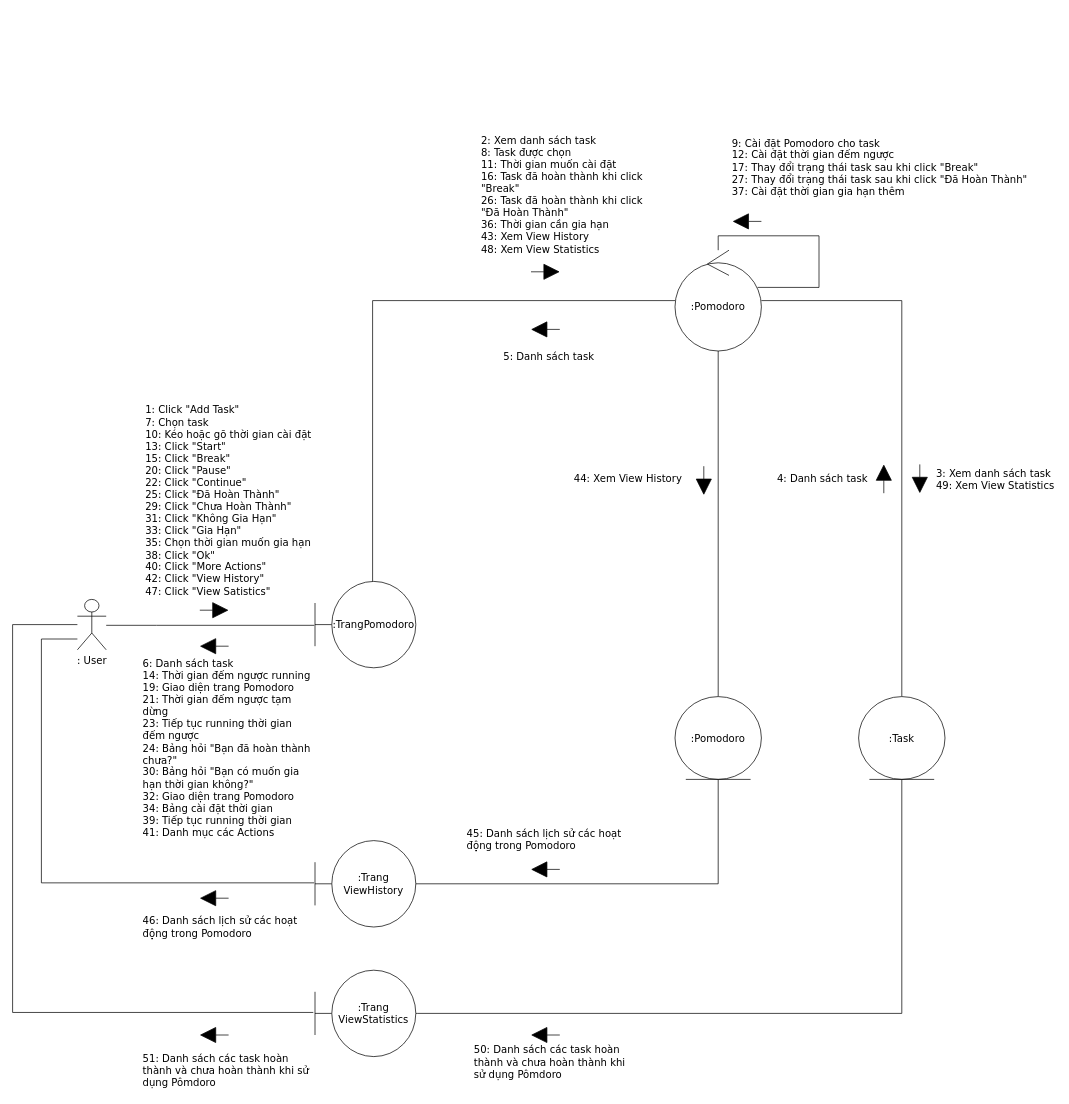
Above: ToDoApp-Doc/Document/Diagram/Collaboration Diagram/Pomodoro/Pomodoro_CollaborationDiagram.drawio in Merevoli-DatLuu/To-Do-App (draw.io), before the change. Source tidied: cells renumbered, new cells numbered last; positions are measured from the earlier drawing's top-left corner, leaving out a move shared by most shapes. Both pictures are drawn from the tidied source at 72%, with x=0, y=0 at pixel (12, 99).
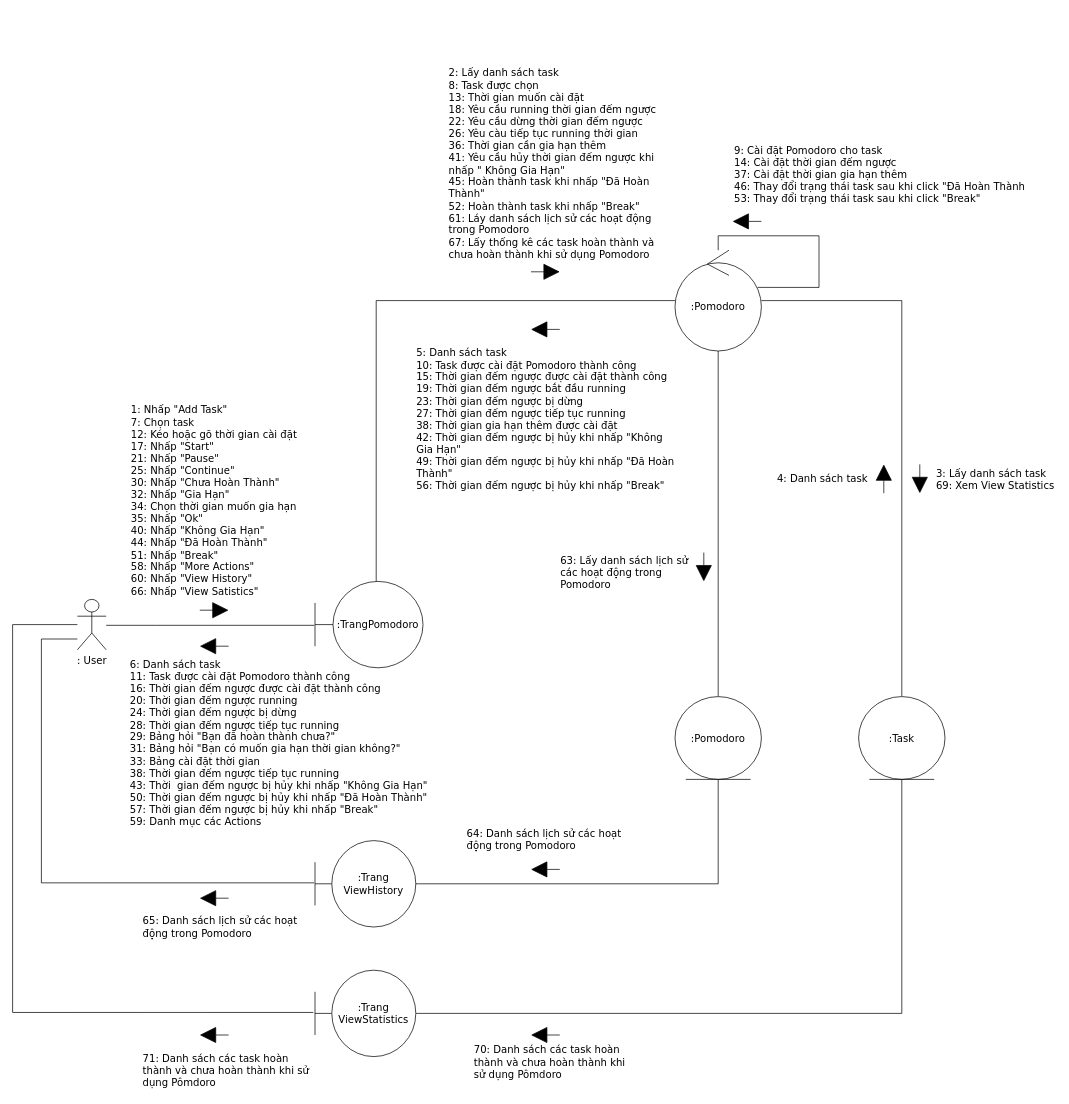
Above is the later version.

Unchanged cells that the change refers to:
```xml
<mxCell id="11" value=":Pomodoro" style="ellipse;shape=umlControl;whiteSpace=wrap;html=1;fontSize=14;fontFamily=Verdana;" parent="1" vertex="1">
  <mxGeometry x="920" y="210" width="120" height="140" as="geometry" />
</mxCell>
```

Diff of the diagram source:
```diff
@@
-    <mxCell id="2" style="edgeStyle=orthogonalEdgeStyle;rounded=0;jettySize=auto;html=1;endArrow=none;endFill=0;fontSize=14;fontFamily=Verdana;" parent="1" edge="1" source="3" target="11">
+    <mxCell id="2" style="edgeStyle=orthogonalEdgeStyle;rounded=0;jettySize=auto;html=1;endArrow=none;endFill=0;fontSize=14;fontFamily=Verdana;" parent="1" edge="1" target="11">
       <mxGeometry relative="1" as="geometry">
+        <mxPoint x="505" y="670" as="sourcePoint" />
         <Array as="points">
-          <mxPoint x="500" y="280" />
+          <mxPoint x="505" y="280" />
         </Array>
       </mxGeometry>
     </mxCell>
     <mxCell id="3" value="&lt;span style=&quot;font-size: 14px&quot;&gt;:TrangPomodoro&lt;/span&gt;" style="shape=umlBoundary;whiteSpace=wrap;html=1;fontSize=14;fontFamily=Verdana;" parent="1" vertex="1">
-      <mxGeometry x="420" y="670" width="140" height="120" as="geometry" />
+      <mxGeometry x="420" y="670" width="150" height="120" as="geometry" />
     </mxCell>
@@
-    <mxCell id="19" value="&lt;div style=&quot;text-align: left ; font-size: 14px&quot;&gt;&lt;div&gt;1: Click &quot;Add Task&quot;&lt;/div&gt;&lt;div&gt;7: Chọn task&lt;/div&gt;&lt;div&gt;10: Kéo hoặc gõ thời gian cài đặt&lt;/div&gt;&lt;div&gt;13: Click &quot;Start&quot;&lt;/div&gt;&lt;div&gt;15: Click &quot;Break&quot;&lt;/div&gt;&lt;div&gt;20: Click &quot;Pause&quot;&lt;/div&gt;&lt;div&gt;22: Click &quot;Continue&quot;&lt;/div&gt;&lt;div&gt;25: Click &quot;Đã Hoàn Thành&quot;&lt;/div&gt;&lt;div&gt;29: Click &quot;Chưa Hoàn Thành&quot;&lt;/div&gt;&lt;div&gt;31: Click &quot;Không Gia Hạn&quot;&lt;/div&gt;&lt;div&gt;33: Click &quot;Gia Hạn&quot;&lt;/div&gt;&lt;div&gt;35: Chọn thời gian muốn gia hạn&lt;/div&gt;&lt;div&gt;38: Click &quot;Ok&quot;&lt;/div&gt;&lt;div&gt;40: Click &quot;More Actions&quot;&lt;/div&gt;&lt;div&gt;42: Click &quot;View History&quot;&lt;/div&gt;&lt;div&gt;47: Click &quot;View Satistics&quot;&lt;/div&gt;&lt;/div&gt;" style="text;html=1;strokeColor=none;fillColor=none;align=center;verticalAlign=middle;whiteSpace=wrap;rounded=0;fontFamily=Verdana;fontSize=14;" parent="1" vertex="1">
-      <mxGeometry x="180" y="410" width="240" height="295" as="geometry" />
-    </mxCell>
-    <mxCell id="20" value="&lt;div style=&quot;text-align: left ; font-size: 14px&quot;&gt;6: Danh sách task&lt;/div&gt;&lt;div style=&quot;text-align: left ; font-size: 14px&quot;&gt;14: Thời gian đếm ngược running&lt;/div&gt;&lt;div style=&quot;text-align: left ; font-size: 14px&quot;&gt;19: Giao diện trang Pomodoro&lt;/div&gt;&lt;div style=&quot;text-align: left ; font-size: 14px&quot;&gt;21: Thời gian đếm ngược tạm dừng&lt;/div&gt;&lt;div style=&quot;text-align: left ; font-size: 14px&quot;&gt;23: Tiếp tục running thời gian đếm ngược&lt;/div&gt;&lt;div style=&quot;text-align: left ; font-size: 14px&quot;&gt;24: Bảng hỏi &quot;Bạn đã hoàn thành chưa?&quot;&lt;/div&gt;&lt;div style=&quot;text-align: left ; font-size: 14px&quot;&gt;30: Bảng hỏi &quot;Bạn có muốn gia hạn thời gian không?&quot;&lt;/div&gt;&lt;div style=&quot;text-align: left ; font-size: 14px&quot;&gt;32: Giao diện trang Pomodoro&lt;/div&gt;&lt;div style=&quot;text-align: left ; font-size: 14px&quot;&gt;34: Bảng cài đặt thời gian&lt;/div&gt;&lt;div style=&quot;text-align: left ; font-size: 14px&quot;&gt;39: Tiếp tục running thời gian&lt;/div&gt;&lt;div style=&quot;text-align: left ; font-size: 14px&quot;&gt;41: Danh mục các Actions&lt;/div&gt;&lt;div style=&quot;text-align: left ; font-size: 14px&quot;&gt;&lt;br style=&quot;font-size: 14px&quot;&gt;&lt;/div&gt;" style="text;html=1;strokeColor=none;fillColor=none;align=center;verticalAlign=middle;whiteSpace=wrap;rounded=0;fontFamily=Verdana;fontSize=14;" parent="1" vertex="1">
-      <mxGeometry x="180" y="780" width="240" height="260" as="geometry" />
-    </mxCell>
@@
-    <mxCell id="25" value="&lt;div style=&quot;text-align: left ; font-size: 14px&quot;&gt;46: Danh sách lịch sử các hoạt động trong Pomodoro&lt;/div&gt;" style="text;html=1;strokeColor=none;fillColor=none;align=center;verticalAlign=middle;whiteSpace=wrap;rounded=0;fontFamily=Verdana;fontSize=14;" parent="1" vertex="1">
+    <mxCell id="25" value="&lt;div style=&quot;text-align: left ; font-size: 14px&quot;&gt;65: Danh sách lịch sử các hoạt động trong Pomodoro&lt;/div&gt;" style="text;html=1;strokeColor=none;fillColor=none;align=center;verticalAlign=middle;whiteSpace=wrap;rounded=0;fontFamily=Verdana;fontSize=14;" parent="1" vertex="1">
       <mxGeometry x="180" y="1120" width="240" height="60" as="geometry" />
     </mxCell>
-    <mxCell id="26" value="&lt;div style=&quot;text-align: left ; font-size: 14px&quot;&gt;51: Danh sách các task hoàn thành và chưa hoàn thành khi sử dụng Pômdoro&lt;/div&gt;" style="text;html=1;strokeColor=none;fillColor=none;align=center;verticalAlign=middle;whiteSpace=wrap;rounded=0;fontFamily=Verdana;fontSize=14;" parent="1" vertex="1">
+    <mxCell id="26" value="&lt;div style=&quot;text-align: left ; font-size: 14px&quot;&gt;71: Danh sách các task hoàn thành và chưa hoàn thành khi sử dụng Pômdoro&lt;/div&gt;" style="text;html=1;strokeColor=none;fillColor=none;align=center;verticalAlign=middle;whiteSpace=wrap;rounded=0;fontFamily=Verdana;fontSize=14;" parent="1" vertex="1">
       <mxGeometry x="180" y="1320" width="240" height="60" as="geometry" />
     </mxCell>
-    <mxCell id="27" value="&lt;div style=&quot;text-align: left ; font-size: 14px&quot;&gt;9: Cài đặt Pomodoro cho task&lt;/div&gt;&lt;div style=&quot;text-align: left ; font-size: 14px&quot;&gt;12: Cài đặt thời gian đếm ngược&lt;/div&gt;&lt;div style=&quot;text-align: left ; font-size: 14px&quot;&gt;17: Thay đổi trạng thái task sau khi click &quot;Break&quot;&lt;/div&gt;&lt;div style=&quot;text-align: left ; font-size: 14px&quot;&gt;27: Thay đổi trạng thái task sau khi click &quot;Đã Hoàn Thành&quot;&lt;/div&gt;&lt;div style=&quot;text-align: left ; font-size: 14px&quot;&gt;37: Cài đặt thời gian gia hạn thêm&lt;/div&gt;" style="text;html=1;strokeColor=none;fillColor=none;align=center;verticalAlign=middle;whiteSpace=wrap;rounded=0;fontFamily=Verdana;fontSize=14;" parent="1" vertex="1">
-      <mxGeometry x="990" y="40" width="429" height="110" as="geometry" />
-    </mxCell>
@@
-    <mxCell id="29" value="&lt;div style=&quot;text-align: left ; font-size: 14px&quot;&gt;2: Xem danh sách task&lt;/div&gt;&lt;div style=&quot;text-align: left ; font-size: 14px&quot;&gt;8: Task được chọn&lt;/div&gt;&lt;div style=&quot;text-align: left ; font-size: 14px&quot;&gt;11: Thời gian muốn cài đặt&lt;/div&gt;&lt;div style=&quot;text-align: left ; font-size: 14px&quot;&gt;16: Task đã hoàn thành khi click &quot;Break&quot;&lt;/div&gt;&lt;div style=&quot;text-align: left ; font-size: 14px&quot;&gt;26: Task đã hoàn thành khi click &quot;Đã Hoàn Thành&quot;&lt;/div&gt;&lt;div style=&quot;text-align: left ; font-size: 14px&quot;&gt;36: Thời gian cần gia hạn&lt;/div&gt;&lt;div style=&quot;text-align: left ; font-size: 14px&quot;&gt;43: Xem View History&lt;/div&gt;&lt;div style=&quot;text-align: left ; font-size: 14px&quot;&gt;48: Xem View Statistics&lt;/div&gt;" style="text;html=1;strokeColor=none;fillColor=none;align=center;verticalAlign=middle;whiteSpace=wrap;rounded=0;fontFamily=Verdana;fontSize=14;" parent="1" vertex="1">
-      <mxGeometry x="650" width="250" height="265" as="geometry" />
-    </mxCell>
@@
     <mxCell id="32" style="endArrow=block;html=1;fontSize=14;endFill=1;strokeWidth=1;endSize=20;startSize=3;fontFamily=Verdana;" parent="1" edge="1">
       <mxGeometry relative="1" as="geometry">
-        <mxPoint x="960" y="510" as="sourcePoint" />
-        <mxPoint x="960" y="550" as="targetPoint" />
+        <mxPoint x="960" y="630" as="sourcePoint" />
+        <mxPoint x="960" y="670" as="targetPoint" />
       </mxGeometry>
     </mxCell>
@@
-    <mxCell id="34" value="&lt;div style=&quot;text-align: left ; font-size: 14px&quot;&gt;44: Xem View History&lt;/div&gt;" style="text;html=1;strokeColor=none;fillColor=none;align=center;verticalAlign=middle;whiteSpace=wrap;rounded=0;fontFamily=Verdana;fontSize=14;" parent="1" vertex="1">
-      <mxGeometry x="760" y="500" width="190" height="55" as="geometry" />
+    <mxCell id="34" value="&lt;div style=&quot;text-align: left ; font-size: 14px&quot;&gt;63: Lấy danh sách lịch sử các hoạt động trong Pomodoro&lt;/div&gt;" style="text;html=1;strokeColor=none;fillColor=none;align=center;verticalAlign=middle;whiteSpace=wrap;rounded=0;fontFamily=Verdana;fontSize=14;" parent="1" vertex="1">
+      <mxGeometry x="760" y="630" width="190" height="55" as="geometry" />
     </mxCell>
-    <mxCell id="35" value="&lt;div style=&quot;text-align: left ; font-size: 14px&quot;&gt;50: Danh sách các task hoàn thành và chưa hoàn thành khi sử dụng Pômdoro&lt;br&gt;&lt;/div&gt;" style="text;html=1;strokeColor=none;fillColor=none;align=center;verticalAlign=middle;whiteSpace=wrap;rounded=0;fontFamily=Verdana;fontSize=14;" parent="1" vertex="1">
+    <mxCell id="35" value="&lt;div style=&quot;text-align: left ; font-size: 14px&quot;&gt;70: Danh sách các task hoàn thành và chưa hoàn thành khi sử dụng Pômdoro&lt;br&gt;&lt;/div&gt;" style="text;html=1;strokeColor=none;fillColor=none;align=center;verticalAlign=middle;whiteSpace=wrap;rounded=0;fontFamily=Verdana;fontSize=14;" parent="1" vertex="1">
       <mxGeometry x="640" y="1310" width="230" height="55" as="geometry" />
     </mxCell>
-    <mxCell id="36" value="&lt;div style=&quot;text-align: left ; font-size: 14px&quot;&gt;5: Danh sách task&lt;/div&gt;" style="text;html=1;strokeColor=none;fillColor=none;align=center;verticalAlign=middle;whiteSpace=wrap;rounded=0;fontFamily=Verdana;fontSize=14;" parent="1" vertex="1">
-      <mxGeometry x="660" y="330" width="170" height="55" as="geometry" />
-    </mxCell>
-    <mxCell id="37" value="&lt;div style=&quot;text-align: left ; font-size: 14px&quot;&gt;45: Danh sách lịch sử các hoạt động trong Pomodoro&lt;/div&gt;" style="text;html=1;strokeColor=none;fillColor=none;align=center;verticalAlign=middle;whiteSpace=wrap;rounded=0;fontFamily=Verdana;fontSize=14;" parent="1" vertex="1">
+    <mxCell id="37" value="&lt;div style=&quot;text-align: left ; font-size: 14px&quot;&gt;64: Danh sách lịch sử các hoạt động trong Pomodoro&lt;/div&gt;" style="text;html=1;strokeColor=none;fillColor=none;align=center;verticalAlign=middle;whiteSpace=wrap;rounded=0;fontFamily=Verdana;fontSize=14;" parent="1" vertex="1">
       <mxGeometry x="630" y="1000" width="230" height="55" as="geometry" />
     </mxCell>
@@
-    <mxCell id="41" value="&lt;div style=&quot;text-align: left ; font-size: 14px&quot;&gt;3: Xem danh sách task&lt;/div&gt;&lt;div style=&quot;text-align: left ; font-size: 14px&quot;&gt;49: Xem View Statistics&lt;/div&gt;" style="text;html=1;strokeColor=none;fillColor=none;align=center;verticalAlign=middle;whiteSpace=wrap;rounded=0;fontFamily=Verdana;fontSize=14;" parent="1" vertex="1">
+    <mxCell id="41" value="&lt;div style=&quot;text-align: left ; font-size: 14px&quot;&gt;3: Lấy danh sách task&lt;/div&gt;&lt;div style=&quot;text-align: left ; font-size: 14px&quot;&gt;69: Xem View Statistics&lt;/div&gt;" style="text;html=1;strokeColor=none;fillColor=none;align=center;verticalAlign=middle;whiteSpace=wrap;rounded=0;fontFamily=Verdana;fontSize=14;" parent="1" vertex="1">
       <mxGeometry x="1280" y="500" width="170" height="55" as="geometry" />
     </mxCell>
+    <mxCell id="42" value="&lt;div style=&quot;text-align: left ; font-size: 14px&quot;&gt;&lt;div&gt;1: Nhấp &quot;Add Task&quot;&lt;/div&gt;&lt;div&gt;7: Chọn task&lt;/div&gt;&lt;div&gt;12: Kéo hoặc gõ thời gian cài đặt&lt;/div&gt;&lt;div&gt;17: Nhấp&amp;nbsp;&quot;Start&quot;&lt;/div&gt;&lt;div&gt;&lt;span&gt;21: Nhấp&amp;nbsp;&quot;Pause&quot;&lt;/span&gt;&lt;br&gt;&lt;/div&gt;&lt;div&gt;25: Nhấp&amp;nbsp;&quot;Continue&quot;&lt;/div&gt;&lt;div&gt;&lt;span&gt;30: Nhấp&amp;nbsp;&quot;Chưa Hoàn Thành&quot;&lt;/span&gt;&lt;br&gt;&lt;/div&gt;&lt;div&gt;32: Nhấp&amp;nbsp;&quot;Gia Hạn&quot;&lt;/div&gt;&lt;div&gt;&lt;span&gt;34: Chọn thời gian muốn gia hạn&lt;/span&gt;&lt;br&gt;&lt;/div&gt;&lt;div&gt;35: Nhấp&amp;nbsp;&quot;Ok&quot;&lt;br&gt;&lt;/div&gt;&lt;div&gt;40: Nhấp&amp;nbsp;&quot;Không Gia Hạn&quot;&lt;br&gt;&lt;/div&gt;&lt;div&gt;&lt;span&gt;44: Nhấp&amp;nbsp;&quot;Đã Hoàn Thành&quot;&lt;/span&gt;&lt;br&gt;&lt;/div&gt;&lt;div&gt;&lt;span&gt;51: Nhấp &quot;Break&quot;&lt;/span&gt;&lt;/div&gt;&lt;div&gt;58: Nhấp&amp;nbsp;&quot;More Actions&quot;&lt;/div&gt;&lt;div&gt;60: Nhấp&amp;nbsp;&quot;View History&quot;&lt;/div&gt;&lt;div&gt;66: Nhấp&amp;nbsp;&quot;View Satistics&quot;&lt;/div&gt;&lt;/div&gt;" style="text;html=1;strokeColor=none;fillColor=none;align=center;verticalAlign=middle;whiteSpace=wrap;rounded=0;fontFamily=Verdana;fontSize=14;" parent="1" vertex="1">
+      <mxGeometry x="110" y="410" width="340" height="295" as="geometry" />
+    </mxCell>
+    <mxCell id="43" value="&lt;div style=&quot;text-align: left ; font-size: 14px&quot;&gt;6: Danh sách task&lt;/div&gt;&lt;div style=&quot;text-align: left ; font-size: 14px&quot;&gt;11: Task được cài đặt Pomodoro thành công&lt;/div&gt;&lt;div style=&quot;text-align: left ; font-size: 14px&quot;&gt;16: Thời gian đếm ngược được cài đặt thành công&lt;/div&gt;&lt;div style=&quot;text-align: left ; font-size: 14px&quot;&gt;20: Thời gian đếm ngược running&lt;/div&gt;&lt;div style=&quot;text-align: left ; font-size: 14px&quot;&gt;24: Thời gian đếm ngược bị dừng&lt;/div&gt;&lt;div style=&quot;text-align: left ; font-size: 14px&quot;&gt;28: Thời gian đếm ngược tiếp tục running&lt;/div&gt;&lt;div style=&quot;text-align: left ; font-size: 14px&quot;&gt;29: Bảng hỏi &quot;Bạn đã hoàn thành chưa?&quot;&lt;/div&gt;&lt;div style=&quot;text-align: left ; font-size: 14px&quot;&gt;31: Bảng hỏi &quot;Bạn có muốn gia hạn thời gian không?&quot;&lt;/div&gt;&lt;div style=&quot;text-align: left ; font-size: 14px&quot;&gt;33: Bảng cài đặt thời gian&lt;/div&gt;&lt;div style=&quot;text-align: left ; font-size: 14px&quot;&gt;38: Thời gian đếm ngược tiếp tục running&lt;/div&gt;&lt;div style=&quot;text-align: left ; font-size: 14px&quot;&gt;43: Thời&amp;nbsp; gian đếm ngược bị hủy khi nhấp &quot;Không Gia Hạn&quot;&lt;/div&gt;&lt;div style=&quot;text-align: left ; font-size: 14px&quot;&gt;50: Thời gian đếm ngược bị hủy khi nhấp &quot;Đã Hoàn Thành&quot;&lt;/div&gt;&lt;div style=&quot;text-align: left ; font-size: 14px&quot;&gt;57: Thời gian đếm ngược bị hủy khi nhấp &quot;Break&quot;&lt;/div&gt;&lt;div style=&quot;text-align: left ; font-size: 14px&quot;&gt;&lt;span&gt;59: Danh mục các Actions&lt;/span&gt;&lt;br&gt;&lt;/div&gt;&lt;div style=&quot;text-align: left ; font-size: 14px&quot;&gt;&lt;br style=&quot;font-size: 14px&quot;&gt;&lt;/div&gt;" style="text;html=1;strokeColor=none;fillColor=none;align=center;verticalAlign=middle;whiteSpace=wrap;rounded=0;fontFamily=Verdana;fontSize=14;" parent="1" vertex="1">
+      <mxGeometry x="150" y="740" width="440" height="325" as="geometry" />
+    </mxCell>
+    <mxCell id="44" value="&lt;div style=&quot;text-align: left ; font-size: 14px&quot;&gt;9: Cài đặt Pomodoro cho task&lt;/div&gt;&lt;div style=&quot;text-align: left ; font-size: 14px&quot;&gt;&lt;span&gt;14: Cài đặt thời gian đếm ngược&lt;/span&gt;&lt;/div&gt;&lt;div style=&quot;text-align: left ; font-size: 14px&quot;&gt;&lt;span&gt;37: Cài đặt thời gian gia hạn thêm&lt;/span&gt;&lt;br&gt;&lt;/div&gt;&lt;div style=&quot;text-align: left ; font-size: 14px&quot;&gt;&lt;div&gt;&lt;span&gt;46: Thay đổi trạng thái task sau khi click &quot;Đã Hoàn Thành&lt;/span&gt;&lt;br&gt;&lt;/div&gt;&lt;div&gt;53: Thay đổi trạng thái task sau khi click &quot;Break&quot;&lt;span&gt;&lt;br&gt;&lt;/span&gt;&lt;/div&gt;&lt;/div&gt;" style="text;html=1;strokeColor=none;fillColor=none;align=center;verticalAlign=middle;whiteSpace=wrap;rounded=0;fontFamily=Verdana;fontSize=14;" parent="1" vertex="1">
+      <mxGeometry x="990" y="50" width="429" height="110" as="geometry" />
+    </mxCell>
+    <mxCell id="45" value="&lt;div style=&quot;text-align: left ; font-size: 14px&quot;&gt;2: Lấy danh sách task&lt;/div&gt;&lt;div style=&quot;text-align: left ; font-size: 14px&quot;&gt;8: Task được chọn&lt;/div&gt;&lt;div style=&quot;text-align: left ; font-size: 14px&quot;&gt;13: Thời gian muốn cài đặt&lt;/div&gt;&lt;div style=&quot;text-align: left ; font-size: 14px&quot;&gt;18: Yêu cầu running thời gian đếm ngược&lt;/div&gt;&lt;div style=&quot;text-align: left ; font-size: 14px&quot;&gt;22: Yêu cầu dừng thời gian đếm ngược&lt;/div&gt;&lt;div style=&quot;text-align: left ; font-size: 14px&quot;&gt;26: Yêu càu tiếp tục running thời gian&lt;/div&gt;&lt;div style=&quot;text-align: left ; font-size: 14px&quot;&gt;36: Thời gian cần gia hạn thêm&lt;/div&gt;&lt;div style=&quot;text-align: left ; font-size: 14px&quot;&gt;41: Yêu cầu hủy thời gian đếm ngược khi nhấp &quot; Không Gia Hạn&quot;&lt;/div&gt;&lt;div style=&quot;text-align: left ; font-size: 14px&quot;&gt;45: Hoàn thành task khi nhấp &quot;Đã Hoàn Thành&quot;&lt;/div&gt;&lt;div style=&quot;text-align: left ; font-size: 14px&quot;&gt;52: Hoàn thành task khi nhấp &quot;Break&quot;&lt;/div&gt;&lt;div style=&quot;text-align: left ; font-size: 14px&quot;&gt;61: Láy danh sách lịch sử các hoạt động trong Pomodoro&lt;/div&gt;&lt;div style=&quot;text-align: left ; font-size: 14px&quot;&gt;67: Lấy thống kê các task hoàn thành và chưa hoàn thành khi sử dụng Pomodoro&lt;/div&gt;" style="text;html=1;strokeColor=none;fillColor=none;align=center;verticalAlign=middle;whiteSpace=wrap;rounded=0;fontFamily=Verdana;fontSize=14;" parent="1" vertex="1">
+      <mxGeometry x="605" y="-120" width="300" height="420" as="geometry" />
+    </mxCell>
+    <mxCell id="46" value="&lt;div style=&quot;text-align: left ; font-size: 14px&quot;&gt;5: Danh sách task&lt;/div&gt;&lt;div style=&quot;text-align: left ; font-size: 14px&quot;&gt;10: Task được cài đặt Pomodoro thành công&lt;/div&gt;&lt;div style=&quot;text-align: left ; font-size: 14px&quot;&gt;15: Thời gian đếm ngược được cài đặt thành công&lt;/div&gt;&lt;div style=&quot;text-align: left ; font-size: 14px&quot;&gt;19: Thời gian đếm ngược bắt đầu running&lt;/div&gt;&lt;div style=&quot;text-align: left ; font-size: 14px&quot;&gt;23: Thời gian đếm ngược bị dừng&lt;/div&gt;&lt;div style=&quot;text-align: left ; font-size: 14px&quot;&gt;27: Thời gian đếm ngược tiếp tục running&lt;/div&gt;&lt;div style=&quot;text-align: left ; font-size: 14px&quot;&gt;38: Thời gian gia hạn thêm được cài đặt&lt;/div&gt;&lt;div style=&quot;text-align: left ; font-size: 14px&quot;&gt;42: Thời gian đếm ngược bị hủy khi nhấp &quot;Không Gia Hạn&quot;&lt;/div&gt;&lt;div style=&quot;text-align: left ; font-size: 14px&quot;&gt;49: Thời gian đếm ngược bị hủy khi nhấp &quot;Đã Hoàn Thành&quot;&lt;/div&gt;&lt;div style=&quot;text-align: left ; font-size: 14px&quot;&gt;56: Thời gian đếm ngược bị hủy khi nhấp &quot;Break&quot;&lt;/div&gt;" style="text;html=1;strokeColor=none;fillColor=none;align=center;verticalAlign=middle;whiteSpace=wrap;rounded=0;fontFamily=Verdana;fontSize=14;" parent="1" vertex="1">
+      <mxGeometry x="560.2" y="340" width="369.5" height="210" as="geometry" />
+    </mxCell>
```
